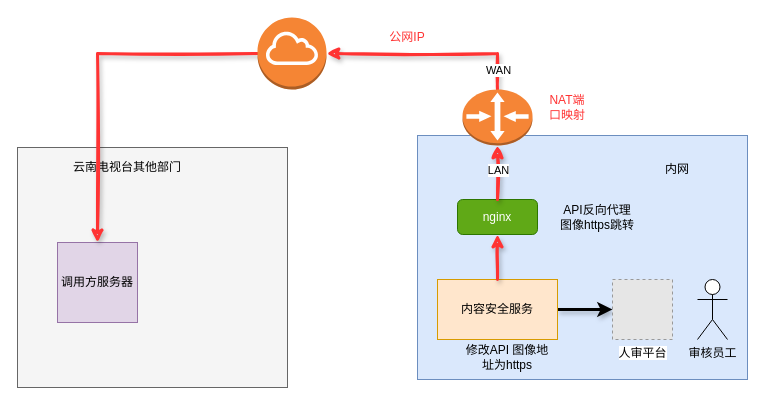
This is XX电视台视频检测链路.drawio from FataliBud/draw.io, a draw.io file, before an edit. Source tidied: cells renumbered, new cells numbered last; positions are measured from the earlier drawing's top-left corner, leaving out a move shared by most shapes. Both pictures are drawn from the tidied source at 100%, with x=0, y=0 at pixel (17, 17). Pictures stored in the file or linked from it are replaced by grey dashed boxes.
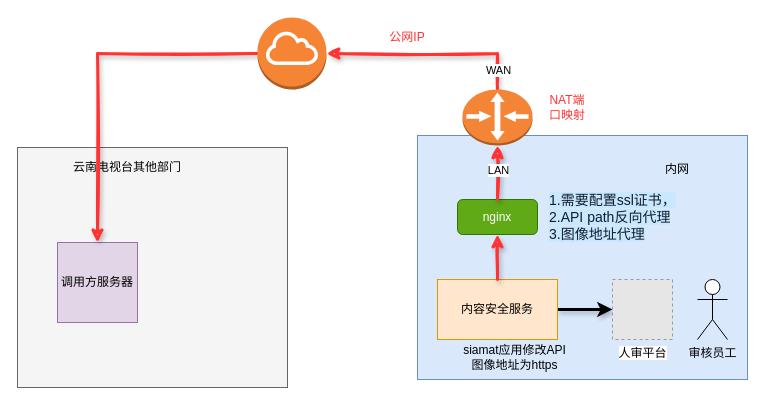
Above is the later version.

Commit message:
Update XX电视台视频检测链路.drawio

Diff of the diagram source:
```diff
@@
-    <mxCell id="22" value="&lt;font&gt;API反向代理&lt;br&gt;图像https跳转&lt;br&gt;&lt;/font&gt;" style="text;html=1;align=center;verticalAlign=middle;whiteSpace=wrap;rounded=0;fillColor=none;" parent="1" vertex="1">
-      <mxGeometry x="530" y="189.5" width="100" height="20" as="geometry" />
+    <mxCell id="22" value="&lt;font&gt;&lt;span style=&quot;color: rgb(17, 31, 44); font-size: 14px; background-color: rgb(201, 231, 255);&quot;&gt;1.需要配置ssl证书，2.API path反向代理 3.图像地址代理&lt;/span&gt;&lt;br&gt;&lt;/font&gt;" style="text;html=1;align=left;verticalAlign=middle;whiteSpace=wrap;rounded=0;fillColor=none;" parent="1" vertex="1">
+      <mxGeometry x="530" y="189.5" width="130" height="20" as="geometry" />
     </mxCell>
-    <mxCell id="23" value="修改API 图像地址为https" style="text;html=1;strokeColor=none;fillColor=none;align=center;verticalAlign=middle;whiteSpace=wrap;rounded=0;fontColor=#000000;" parent="1" vertex="1">
-      <mxGeometry x="445" y="330" width="90" height="20" as="geometry" />
+    <mxCell id="23" value="siamat应用修改API 图像地址为https" style="text;html=1;strokeColor=none;fillColor=none;align=center;verticalAlign=middle;whiteSpace=wrap;rounded=0;fontColor=#000000;" parent="1" vertex="1">
+      <mxGeometry x="445" y="330" width="105" height="20" as="geometry" />
     </mxCell>
```
